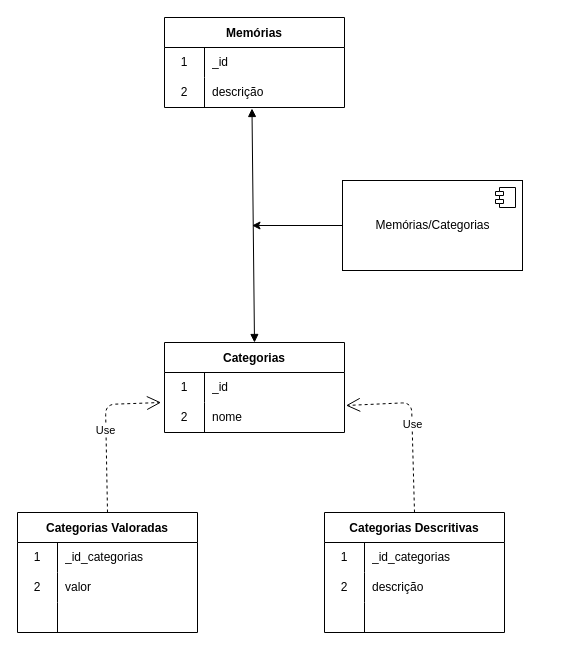
The draw.io diagram docs/diagrama_de_dados_aurora.drawio in marvinho-tn/aurora, before the edit. Source tidied: cells renumbered, new cells numbered last; positions are measured from the earlier drawing's top-left corner, leaving out a move shared by most shapes. Both pictures are drawn from the tidied source at 100%, with x=0, y=0 at pixel (17, 17).
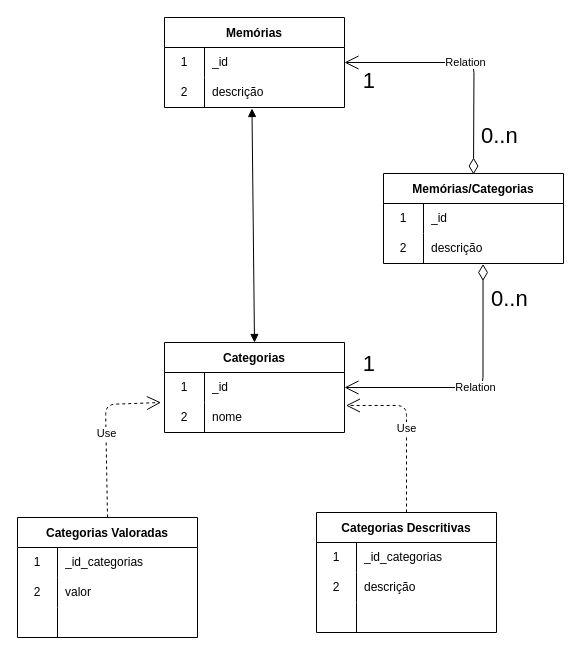
After the change.

The change refers to these unchanged cells:
```xml
<mxCell id="3" style="shape=tableRow;horizontal=0;startSize=0;swimlaneHead=0;swimlaneBody=0;top=0;left=0;bottom=0;right=0;fillColor=none;points=[[0,0.5],[1,0.5]];portConstraint=eastwest;" parent="2" vertex="1">
  <mxGeometry y="30" width="180" height="30" as="geometry" />
</mxCell>
<mxCell id="20" style="shape=tableRow;horizontal=0;startSize=0;swimlaneHead=0;swimlaneBody=0;top=0;left=0;bottom=0;right=0;fillColor=none;points=[[0,0.5],[1,0.5]];portConstraint=eastwest;" parent="19" vertex="1">
  <mxGeometry y="30" width="180" height="30" as="geometry" />
</mxCell>
<mxCell id="23" style="shape=tableRow;horizontal=0;startSize=0;swimlaneHead=0;swimlaneBody=0;top=0;left=0;bottom=0;right=0;fillColor=none;points=[[0,0.5],[1,0.5]];portConstraint=eastwest;" parent="19" vertex="1">
  <mxGeometry y="60" width="180" height="30" as="geometry" />
</mxCell>
```

Diff of the diagram source:
```diff
@@
     <mxCell id="9" value="Categorias Descritivas" style="shape=table;startSize=30;childLayout=tableLayout;rowLines=0;fontStyle=1;" parent="1" vertex="1">
-      <mxGeometry x="307" y="495" width="180" height="120" as="geometry" />
+      <mxGeometry x="299" y="495" width="180" height="120" as="geometry" />
     </mxCell>
@@
     <mxCell id="26" value="Categorias Valoradas" style="shape=table;startSize=30;childLayout=tableLayout;rowLines=0;fontStyle=1;" parent="1" vertex="1">
-      <mxGeometry y="495" width="180" height="120" as="geometry" />
+      <mxGeometry y="500" width="180" height="120" as="geometry" />
     </mxCell>
@@
     <mxCell id="37" value="Use" style="endArrow=open;endSize=12;dashed=1;html=1;entryX=1.008;entryY=0.1;entryDx=0;entryDy=0;entryPerimeter=0;exitX=0.5;exitY=0;exitDx=0;exitDy=0;" parent="1" edge="1" source="9" target="23">
       <mxGeometry relative="1" as="geometry">
         <Array as="points">
-          <mxPoint x="394" y="385" />
+          <mxPoint x="389" y="388" />
         </Array>
       </mxGeometry>
     </mxCell>
@@
-    <mxCell id="39" style="edgeStyle=none;html=1;" parent="1" edge="1" source="40">
-      <mxGeometry relative="1" as="geometry">
-        <mxPoint x="234.5" y="208" as="targetPoint" />
-      </mxGeometry>
-    </mxCell>
-    <mxCell id="40" value="Memórias/Categorias" style="html=1;" parent="1" vertex="1">
-      <mxGeometry x="325" y="163" width="180" height="90" as="geometry" />
+    <mxCell id="40" value="Memórias/Categorias" style="shape=table;startSize=30;childLayout=tableLayout;rowLines=0;fontStyle=1;" parent="1" vertex="1">
+      <mxGeometry x="366" y="156" width="180" height="90" as="geometry" />
     </mxCell>
-    <mxCell id="41" style="shape=module;jettyWidth=8;jettyHeight=4;" parent="40" vertex="1">
-      <mxGeometry x="1" width="20" height="20" relative="1" as="geometry">
-        <mxPoint x="-27" y="7" as="offset" />
-      </mxGeometry>
-    </mxCell>
+    <mxCell id="42" style="shape=tableRow;horizontal=0;startSize=0;swimlaneHead=0;swimlaneBody=0;top=0;left=0;bottom=0;right=0;fillColor=none;" parent="40" vertex="1">
+      <mxGeometry y="30" width="180" height="30" as="geometry" />
+    </mxCell>
+    <mxCell id="43" value="1" style="shape=partialRectangle;html=1;whiteSpace=wrap;fillColor=none;top=0;left=0;bottom=0;right=0;overflow=hidden;" parent="42" vertex="1">
+      <mxGeometry width="40" height="30" as="geometry" />
+    </mxCell>
+    <mxCell id="44" value="_id" style="shape=partialRectangle;html=1;whiteSpace=wrap;fillColor=none;top=0;left=0;bottom=0;right=0;align=left;spacingLeft=6;overflow=hidden;" parent="42" vertex="1">
+      <mxGeometry x="40" width="140" height="30" as="geometry" />
+    </mxCell>
+    <mxCell id="45" style="shape=tableRow;horizontal=0;startSize=0;swimlaneHead=0;swimlaneBody=0;top=0;left=0;bottom=0;right=0;fillColor=none;points=[[0,0.5],[1,0.5]];portConstraint=eastwest;" parent="40" vertex="1">
+      <mxGeometry y="60" width="180" height="30" as="geometry" />
+    </mxCell>
+    <mxCell id="46" value="2" style="shape=partialRectangle;html=1;whiteSpace=wrap;fillColor=none;top=0;left=0;bottom=0;right=0;overflow=hidden;" parent="45" vertex="1">
+      <mxGeometry width="40" height="30" as="geometry" />
+    </mxCell>
+    <mxCell id="47" value="descrição" style="shape=partialRectangle;html=1;whiteSpace=wrap;fillColor=none;top=0;left=0;bottom=0;right=0;align=left;spacingLeft=6;overflow=hidden;" parent="45" vertex="1">
+      <mxGeometry x="40" width="140" height="30" as="geometry" />
+    </mxCell>
+    <mxCell id="48" value="Relation" style="endArrow=open;html=1;endSize=12;startArrow=diamondThin;startSize=14;startFill=0;edgeStyle=orthogonalEdgeStyle;entryX=1;entryY=0.5;entryDx=0;entryDy=0;exitX=0.553;exitY=1.017;exitDx=0;exitDy=0;exitPerimeter=0;" parent="1" edge="1" source="45" target="20">
+      <mxGeometry relative="1" as="geometry" />
+    </mxCell>
+    <mxCell id="49" value="0..n" style="edgeLabel;html=1;align=left;verticalAlign=top;fontSize=22;" parent="48" vertex="1">
+      <mxGeometry x="-1" relative="1" as="geometry">
+        <mxPoint x="6" y="15" as="offset" />
+      </mxGeometry>
+    </mxCell>
+    <mxCell id="50" value="1" style="edgeLabel;html=1;align=right;verticalAlign=top;fontSize=22;" parent="48" vertex="1">
+      <mxGeometry x="1" relative="1" as="geometry">
+        <mxPoint x="31" y="-43" as="offset" />
+      </mxGeometry>
+    </mxCell>
+    <mxCell id="51" value="Relation" style="endArrow=open;html=1;endSize=12;startArrow=diamondThin;startSize=14;startFill=0;edgeStyle=orthogonalEdgeStyle;entryX=1;entryY=0.5;entryDx=0;entryDy=0;" parent="1" edge="1" target="3">
+      <mxGeometry relative="1" as="geometry">
+        <mxPoint x="456" y="157" as="sourcePoint" />
+      </mxGeometry>
+    </mxCell>
+    <mxCell id="52" value="0..n" style="edgeLabel;html=1;align=left;verticalAlign=top;fontSize=22;" parent="51" vertex="1">
+      <mxGeometry x="-1" relative="1" as="geometry">
+        <mxPoint x="6" y="-58" as="offset" />
+      </mxGeometry>
+    </mxCell>
+    <mxCell id="53" value="1" style="edgeLabel;html=1;align=right;verticalAlign=top;fontSize=22;" parent="51" vertex="1">
+      <mxGeometry x="1" relative="1" as="geometry">
+        <mxPoint x="31" y="-1" as="offset" />
+      </mxGeometry>
+    </mxCell>
```
